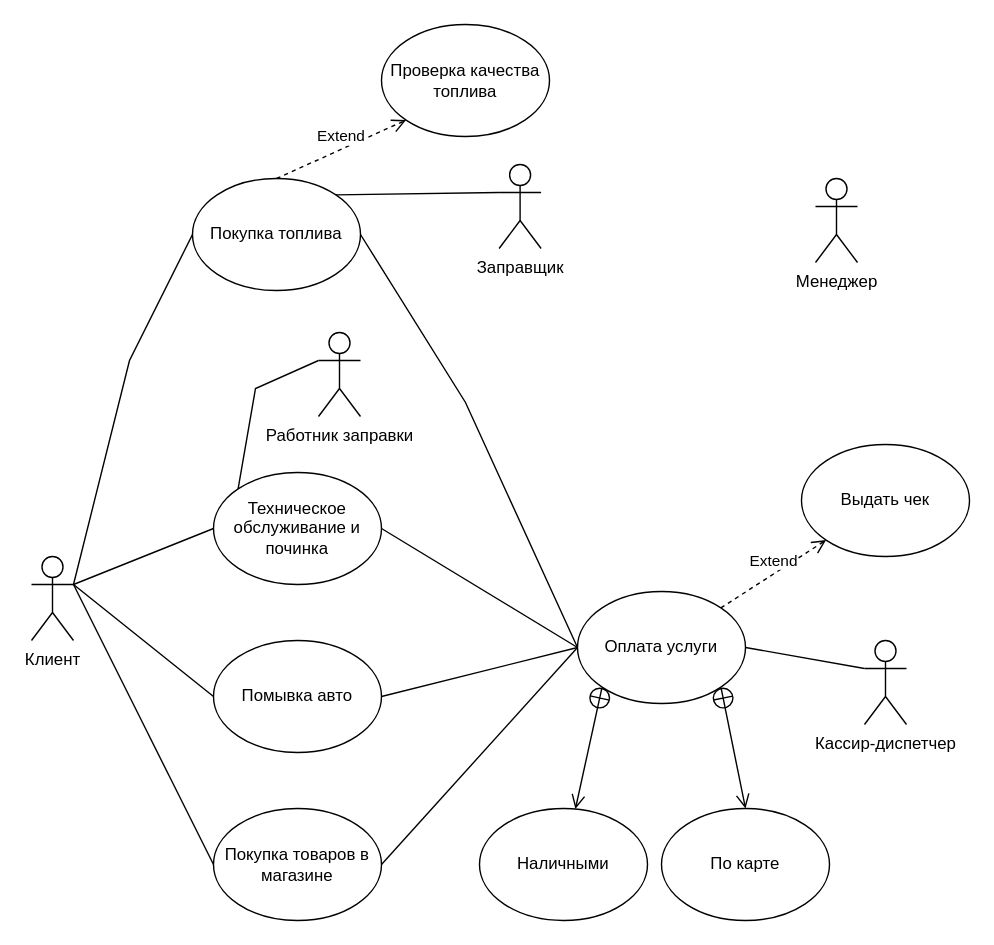
Above: page "Работа заправки" (2 of 2) of IKBO-11-20_Kuzin.drawio in Rattokun/ModelRep (draw.io), before the change. Source tidied: cells renumbered, new cells numbered last; positions are measured from the earlier drawing's top-left corner, leaving out a move shared by most shapes. Both pictures are drawn from the tidied source at 140%, with x=0, y=0 at pixel (31, 24).
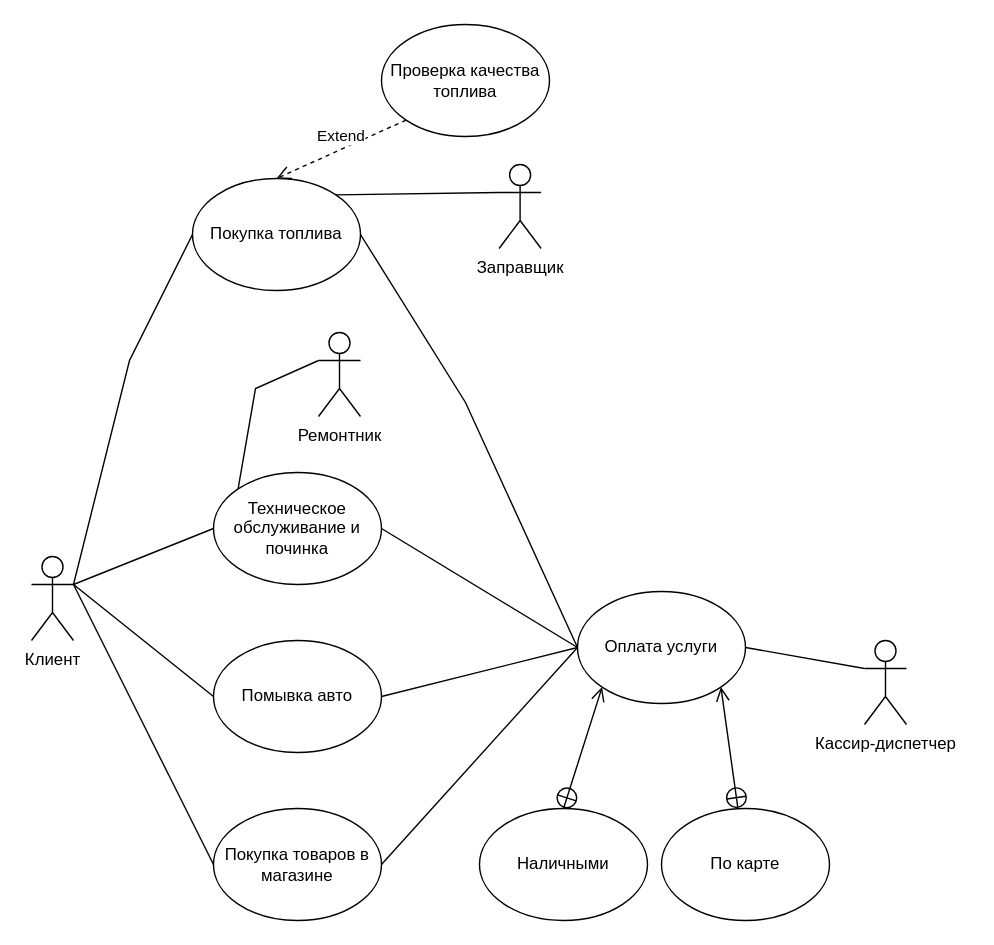
After the change.

The change refers to these unchanged cells:
```xml
<mxCell id="3" value="Покупка топлива" style="ellipse;whiteSpace=wrap;html=1;" parent="1" vertex="1">
  <mxGeometry x="115" y="110" width="120" height="80" as="geometry" />
</mxCell>
<mxCell id="9" value="Оплата услуги" style="ellipse;whiteSpace=wrap;html=1;" parent="1" vertex="1">
  <mxGeometry x="390" y="405" width="120" height="80" as="geometry" />
</mxCell>
<mxCell id="22" value="Проверка качества топлива" style="ellipse;whiteSpace=wrap;html=1;" parent="1" vertex="1">
  <mxGeometry x="250" width="120" height="80" as="geometry" />
</mxCell>
<mxCell id="26" value="По карте" style="ellipse;whiteSpace=wrap;html=1;" parent="1" vertex="1">
  <mxGeometry x="450" y="560" width="120" height="80" as="geometry" />
</mxCell>
<mxCell id="27" value="Наличными" style="ellipse;whiteSpace=wrap;html=1;" parent="1" vertex="1">
  <mxGeometry x="320" y="560" width="120" height="80" as="geometry" />
</mxCell>
```

What changed in the source:
```diff
@@
-    <mxCell id="8" value="Работник заправки" style="shape=umlActor;verticalLabelPosition=bottom;verticalAlign=top;html=1;outlineConnect=0;" parent="1" vertex="1">
+    <mxCell id="8" value="Ремонтник&lt;br&gt;" style="shape=umlActor;verticalLabelPosition=bottom;verticalAlign=top;html=1;outlineConnect=0;" parent="1" vertex="1">
       <mxGeometry x="205" y="220" width="30" height="60" as="geometry" />
     </mxCell>
@@
-    <mxCell id="11" value="Выдать чек" style="ellipse;whiteSpace=wrap;html=1;" parent="1" vertex="1">
-      <mxGeometry x="550" y="300" width="120" height="80" as="geometry" />
-    </mxCell>
@@
-    <mxCell id="24" value="Extend" style="html=1;verticalAlign=bottom;endArrow=open;dashed=1;endSize=8;rounded=0;entryX=0;entryY=1;entryDx=0;entryDy=0;exitX=1;exitY=0;exitDx=0;exitDy=0;" parent="1" edge="1" source="9" target="11">
-      <mxGeometry relative="1" as="geometry" />
-    </mxCell>
-    <mxCell id="25" value="Extend" style="html=1;verticalAlign=bottom;endArrow=open;dashed=1;endSize=8;rounded=0;entryX=0;entryY=1;entryDx=0;entryDy=0;exitX=0.5;exitY=0;exitDx=0;exitDy=0;" parent="1" edge="1" source="3" target="22">
+    <mxCell id="25" value="Extend" style="html=1;verticalAlign=bottom;endArrow=open;dashed=1;endSize=8;rounded=0;entryX=0.5;entryY=0;entryDx=0;entryDy=0;exitX=0;exitY=1;exitDx=0;exitDy=0;" parent="1" edge="1" source="22" target="3">
       <mxGeometry relative="1" as="geometry" />
     </mxCell>
@@
-    <mxCell id="28" style="endArrow=open;startArrow=circlePlus;endFill=0;startFill=0;endSize=8;html=1;rounded=0;exitX=1;exitY=1;exitDx=0;exitDy=0;entryX=0.5;entryY=0;entryDx=0;entryDy=0;" parent="1" edge="1" source="9" target="26">
+    <mxCell id="28" style="endArrow=open;startArrow=circlePlus;endFill=0;startFill=0;endSize=8;html=1;rounded=0;entryX=1;entryY=1;entryDx=0;entryDy=0;" parent="1" edge="1" source="26" target="9">
       <mxGeometry relative="1" as="geometry" />
     </mxCell>
-    <mxCell id="29" style="endArrow=open;startArrow=circlePlus;endFill=0;startFill=0;endSize=8;html=1;rounded=0;exitX=0;exitY=1;exitDx=0;exitDy=0;" parent="1" edge="1" source="9" target="27">
+    <mxCell id="29" style="endArrow=open;startArrow=circlePlus;endFill=0;startFill=0;endSize=8;html=1;rounded=0;exitX=0.5;exitY=0;exitDx=0;exitDy=0;entryX=0;entryY=1;entryDx=0;entryDy=0;" parent="1" edge="1" source="27" target="9">
       <mxGeometry relative="1" as="geometry" />
     </mxCell>
-    <mxCell id="30" value="Менеджер" style="shape=umlActor;verticalLabelPosition=bottom;verticalAlign=top;html=1;" parent="1" vertex="1">
-      <mxGeometry x="560" y="110" width="30" height="60" as="geometry" />
-    </mxCell>
```
